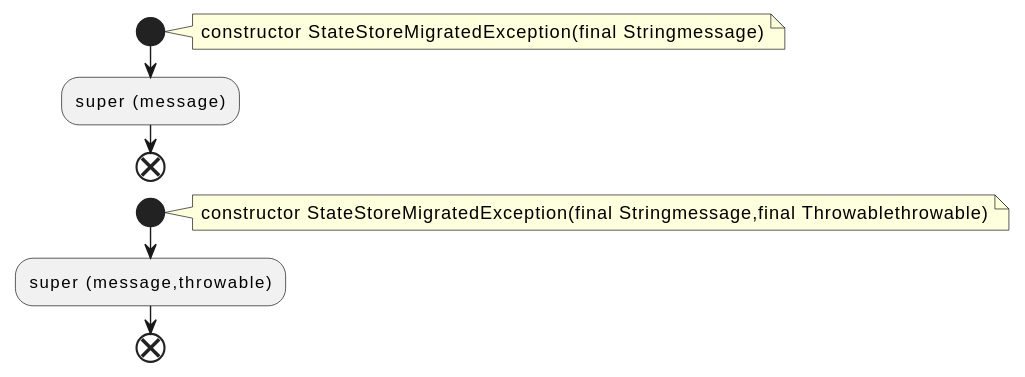
Earlier version of the PlantUML export docs/qc/streams/src/main/java/org/apache/kafka/streams/errors/StateStoreMigratedException.java.fct.svg (qualitesys/kafka).
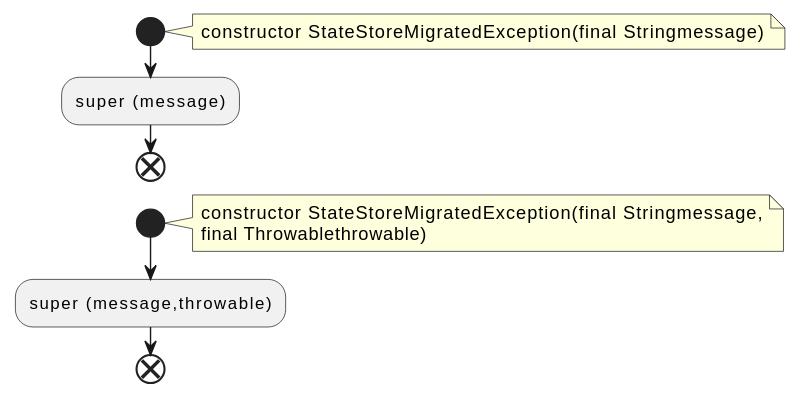
Later version of the same file.

Change to the diagram source:
```diff
@@ -8,7 +8,8 @@
 end
 start
 note right
-constructor StateStoreMigratedException(final Stringmessage,final Throwablethrowable)
+constructor StateStoreMigratedException(final Stringmessage,
+final Throwablethrowable)
 end note
 :super (message,throwable);
 end
```
